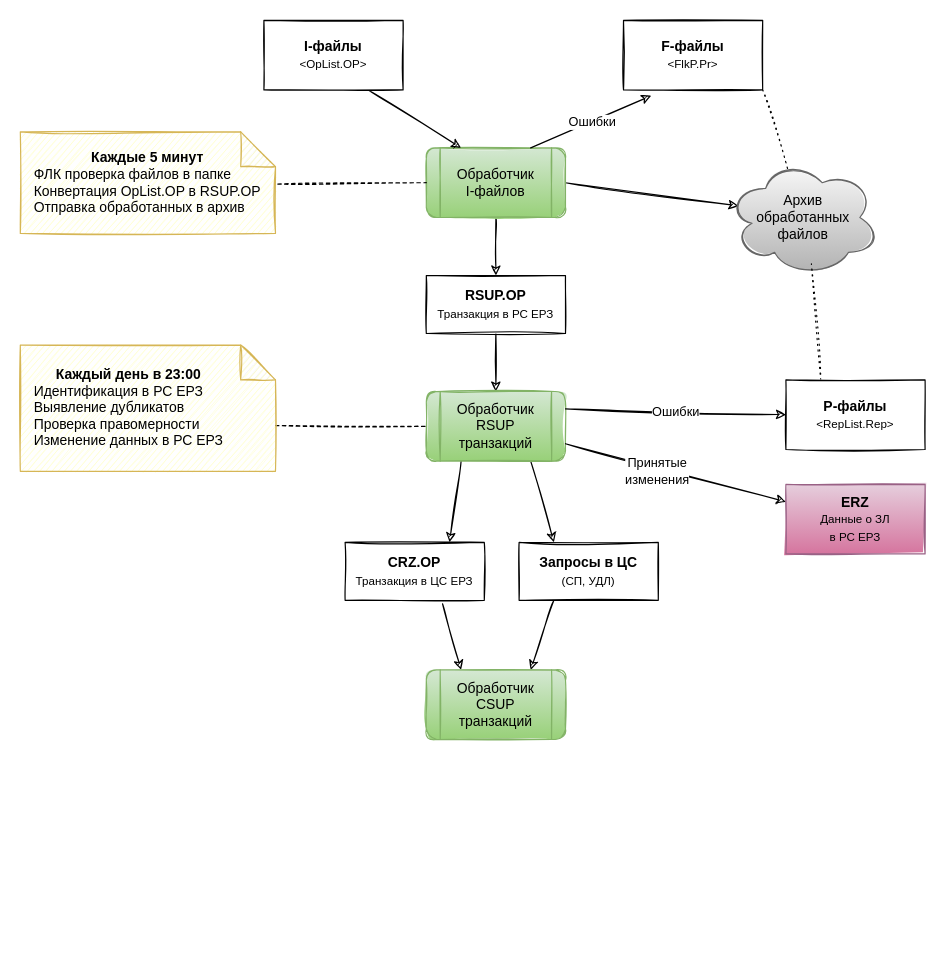
Earlier version of the draw.io diagram erz-proc.drawio (yuraigle/drawio-files). Source tidied: cells renumbered, new cells numbered last; positions are measured from the earlier drawing's top-left corner, leaving out a move shared by most shapes. Both pictures are drawn from the tidied source at 116%, with x=0, y=0 at pixel (20, 20).
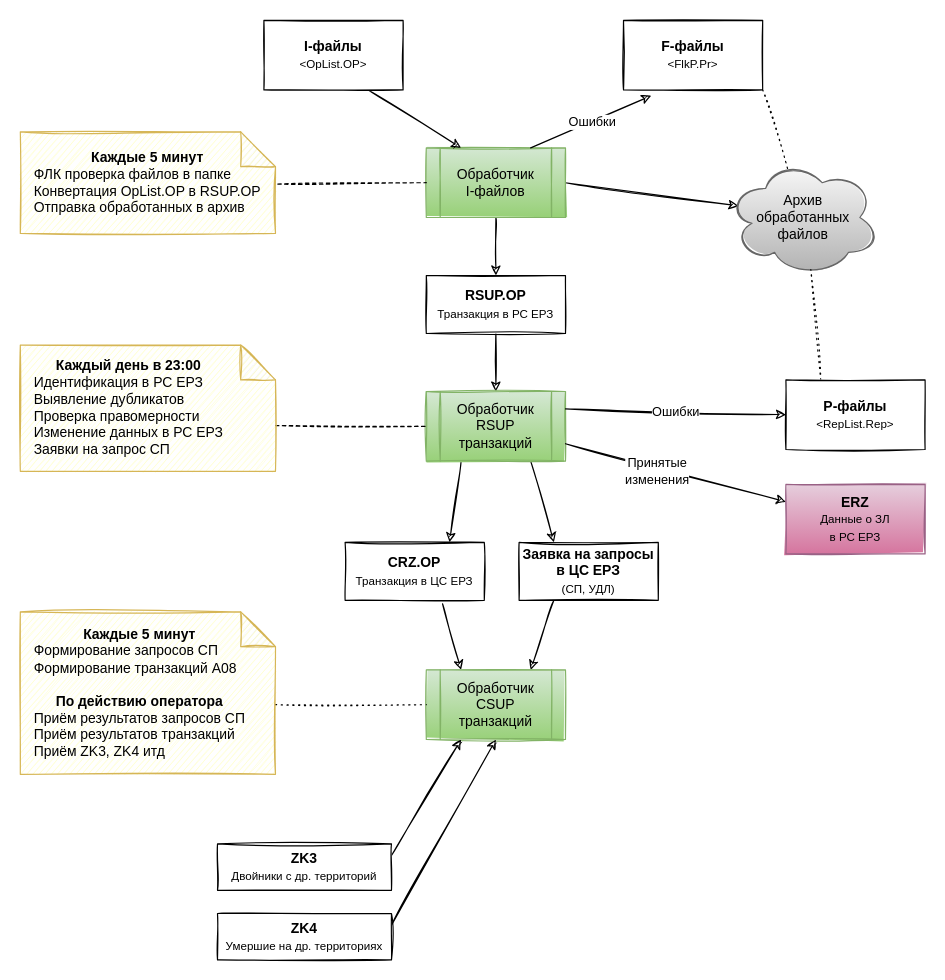
The same diagram, later.

The change refers to these unchanged cells:
```xml
<mxCell id="18" value="Архив&lt;br&gt;обработанных&lt;br&gt;файлов" style="ellipse;shape=cloud;whiteSpace=wrap;html=1;gradientColor=#b3b3b3;fillColor=#f5f5f5;strokeColor=#666666;sketch=1;" parent="1" vertex="1">
  <mxGeometry x="610" y="120" width="130" height="100" as="geometry" />
</mxCell>
<mxCell id="21" value="&lt;b&gt;P-файлы&lt;/b&gt;&lt;br&gt;&lt;font style=&quot;font-size: 10px&quot;&gt;&amp;lt;RepList.Rep&amp;gt;&lt;/font&gt;" style="rounded=0;whiteSpace=wrap;html=1;sketch=1;" parent="1" vertex="1">
  <mxGeometry x="660" y="310" width="120" height="60" as="geometry" />
</mxCell>
```

Change to the diagram source:
```diff
@@
-    <mxCell id="4" value="Обработчик&lt;br&gt;I-файлов" style="shape=process;whiteSpace=wrap;html=1;backgroundOutline=1;fillColor=#d5e8d4;gradientColor=#97d077;strokeColor=#82b366;sketch=1;rounded=1;" parent="1" vertex="1">
+    <mxCell id="4" value="Обработчик&lt;br&gt;I-файлов" style="shape=process;whiteSpace=wrap;html=1;backgroundOutline=1;fillColor=#d5e8d4;gradientColor=#97d077;strokeColor=#82b366;sketch=1;rounded=0;" parent="1" vertex="1">
       <mxGeometry x="350" y="110" width="120" height="60" as="geometry" />
     </mxCell>
@@
-    <mxCell id="15" value="Обработчик&lt;br&gt;RSUP транзакций" style="shape=process;whiteSpace=wrap;html=1;backgroundOutline=1;gradientColor=#97d077;fillColor=#d5e8d4;strokeColor=#82b366;sketch=1;rounded=1;" parent="1" vertex="1">
+    <mxCell id="15" value="Обработчик&lt;br&gt;RSUP транзакций" style="shape=process;whiteSpace=wrap;html=1;backgroundOutline=1;gradientColor=#97d077;fillColor=#d5e8d4;strokeColor=#82b366;sketch=1;rounded=0;" parent="1" vertex="1">
       <mxGeometry x="350" y="320" width="120" height="60" as="geometry" />
     </mxCell>
@@
-    <mxCell id="17" value="&lt;div style=&quot;text-align: center&quot;&gt;&lt;b&gt;Каждый день в 23:00&lt;/b&gt;&lt;/div&gt;Идентификация в РС ЕРЗ&lt;br&gt;Выявление дубликатов&lt;br&gt;Проверка правомерности&lt;br&gt;Изменение данных в РС ЕРЗ" style="shape=note;whiteSpace=wrap;html=1;backgroundOutline=1;darkOpacity=0.05;strokeColor=#d6b656;fillColor=#FFFFCC;align=left;shadow=0;sketch=1;spacingLeft=10;spacingRight=10;" parent="1" vertex="1">
+    <mxCell id="17" value="&lt;div style=&quot;text-align: center&quot;&gt;&lt;b&gt;Каждый день в 23:00&lt;/b&gt;&lt;/div&gt;Идентификация в РС ЕРЗ&lt;br&gt;Выявление дубликатов&lt;br&gt;Проверка правомерности&lt;br&gt;Изменение данных в РС ЕРЗ&lt;br&gt;Заявки на запрос СП" style="shape=note;whiteSpace=wrap;html=1;backgroundOutline=1;darkOpacity=0.05;strokeColor=#d6b656;fillColor=#FFFFCC;align=left;shadow=0;sketch=1;spacingLeft=10;spacingRight=10;" parent="1" vertex="1">
       <mxGeometry y="280" width="220" height="108.8" as="geometry" />
     </mxCell>
@@
-    <mxCell id="20" style="edgeStyle=none;rounded=0;sketch=1;jettySize=auto;html=1;exitX=0.25;exitY=0;exitDx=0;exitDy=0;endArrow=none;endFill=0;dashed=1;dashPattern=1 4;" parent="1" edge="1" source="21">
-      <mxGeometry relative="1" as="geometry">
-        <mxPoint x="682" y="210" as="targetPoint" />
-      </mxGeometry>
+    <mxCell id="20" style="edgeStyle=none;rounded=0;sketch=1;jettySize=auto;html=1;exitX=0.25;exitY=0;exitDx=0;exitDy=0;endArrow=none;endFill=0;dashed=1;dashPattern=1 4;entryX=0.55;entryY=0.95;entryDx=0;entryDy=0;entryPerimeter=0;" parent="1" edge="1" source="21" target="18">
+      <mxGeometry relative="1" as="geometry" />
     </mxCell>
@@
-    <mxCell id="31" value="&lt;b&gt;Запросы в ЦС&lt;/b&gt;&lt;br&gt;&lt;font style=&quot;font-size: 10px&quot;&gt;(СП, УДЛ)&lt;/font&gt;" style="rounded=0;whiteSpace=wrap;html=1;sketch=1;" parent="1" vertex="1">
+    <mxCell id="31" value="&lt;b&gt;Заявка на запросы в ЦС ЕРЗ&lt;/b&gt;&lt;br&gt;&lt;font style=&quot;font-size: 10px&quot;&gt;(СП, УДЛ)&lt;/font&gt;" style="rounded=0;whiteSpace=wrap;html=1;sketch=1;" parent="1" vertex="1">
       <mxGeometry x="430" y="450" width="120" height="50" as="geometry" />
     </mxCell>
-    <mxCell id="32" value="Обработчик&lt;br&gt;CSUP&lt;br&gt;транзакций" style="shape=process;whiteSpace=wrap;html=1;backgroundOutline=1;sketch=1;gradientColor=#97d077;fillColor=#d5e8d4;strokeColor=#82b366;rounded=1;glass=0;" parent="1" vertex="1">
+    <mxCell id="32" value="Обработчик&lt;br&gt;CSUP&lt;br&gt;транзакций" style="shape=process;whiteSpace=wrap;html=1;backgroundOutline=1;sketch=1;gradientColor=#97d077;fillColor=#d5e8d4;strokeColor=#82b366;rounded=0;glass=0;" parent="1" vertex="1">
       <mxGeometry x="350" y="560" width="120" height="60" as="geometry" />
     </mxCell>
+    <mxCell id="33" style="rounded=0;jettySize=auto;html=1;exitX=0;exitY=0;exitDx=220;exitDy=80;exitPerimeter=0;entryX=0;entryY=0.5;entryDx=0;entryDy=0;dashed=1;dashPattern=1 4;endArrow=none;endFill=0;sketch=1;" parent="1" edge="1" source="34" target="32">
+      <mxGeometry relative="1" as="geometry" />
+    </mxCell>
+    <mxCell id="34" value="&lt;div style=&quot;text-align: center&quot;&gt;&lt;b&gt;Каждые 5 минут&lt;/b&gt;&lt;/div&gt;Формирование запросов СП&lt;br&gt;Формирование транзакций А08&lt;br&gt;&lt;br&gt;&lt;div&gt;&lt;div style=&quot;text-align: center&quot;&gt;&lt;b&gt;По действию оператора&lt;/b&gt;&lt;/div&gt;Приём результатов запросов СП&lt;br&gt;Приём результатов транзакций&lt;br&gt;Приём ZK3, ZK4 итд&lt;/div&gt;" style="shape=note;whiteSpace=wrap;html=1;backgroundOutline=1;darkOpacity=0.05;strokeColor=#d6b656;fillColor=#FFFFCC;align=left;shadow=0;sketch=1;spacingLeft=10;spacingRight=10;" parent="1" vertex="1">
+      <mxGeometry y="510" width="220" height="140" as="geometry" />
+    </mxCell>
+    <mxCell id="35" style="edgeStyle=none;rounded=0;sketch=1;jettySize=auto;html=1;exitX=1;exitY=0.25;exitDx=0;exitDy=0;entryX=0.25;entryY=1;entryDx=0;entryDy=0;endArrow=classic;endFill=1;" parent="1" edge="1" source="36" target="32">
+      <mxGeometry relative="1" as="geometry" />
+    </mxCell>
+    <mxCell id="36" value="&lt;b&gt;ZK3&lt;/b&gt;&lt;br&gt;&lt;font style=&quot;font-size: 10px&quot;&gt;Двойники с др. территорий&lt;/font&gt;" style="rounded=0;whiteSpace=wrap;html=1;sketch=1;" parent="1" vertex="1">
+      <mxGeometry x="170" y="710" width="150" height="40" as="geometry" />
+    </mxCell>
+    <mxCell id="37" style="edgeStyle=none;rounded=0;sketch=1;jettySize=auto;html=1;exitX=1;exitY=0.25;exitDx=0;exitDy=0;entryX=0.5;entryY=1;entryDx=0;entryDy=0;endArrow=classic;endFill=1;" parent="1" edge="1" source="38" target="32">
+      <mxGeometry relative="1" as="geometry" />
+    </mxCell>
+    <mxCell id="38" value="&lt;b&gt;ZK4&lt;/b&gt;&lt;br&gt;&lt;font style=&quot;font-size: 10px&quot;&gt;Умершие на др. территориях&lt;/font&gt;" style="rounded=0;whiteSpace=wrap;html=1;sketch=1;" parent="1" vertex="1">
+      <mxGeometry x="170" y="770" width="150" height="40" as="geometry" />
+    </mxCell>
```
